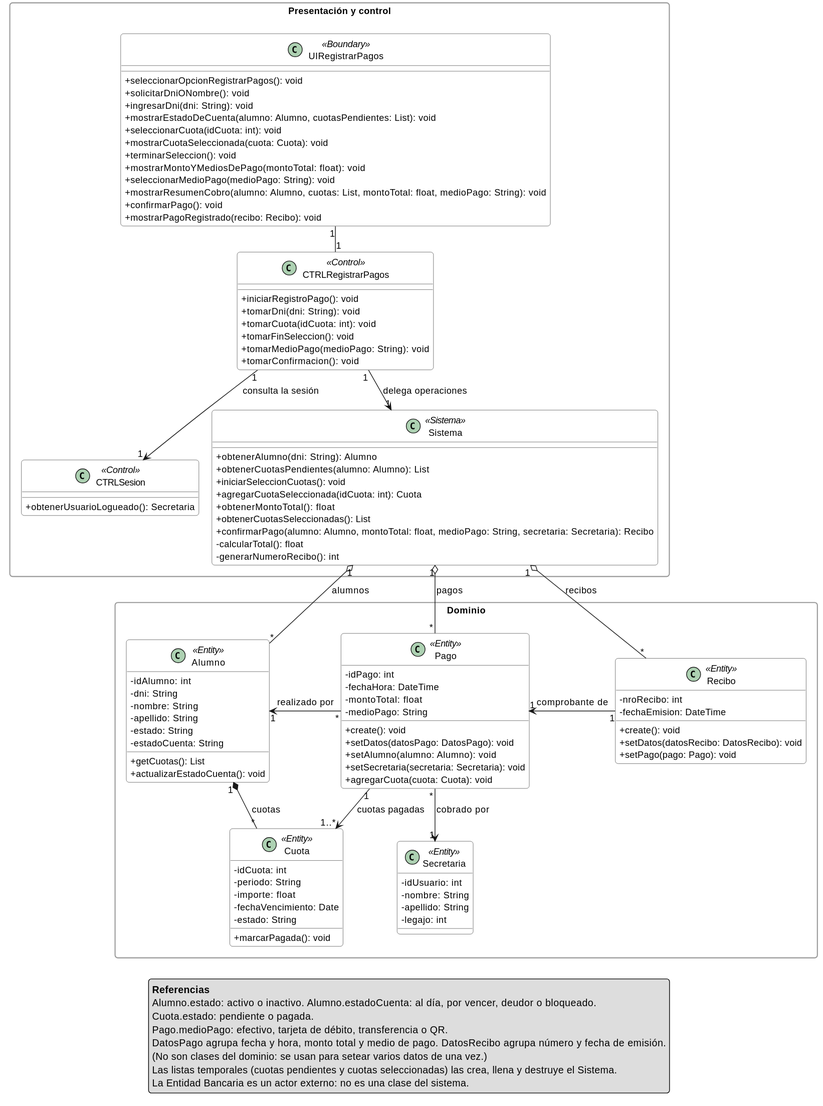
Earlier version of the PlantUML export tpi2/02-realizacion-cu/2_clases_registrar_pagos.svg (sandobaitt/TpDiseno).
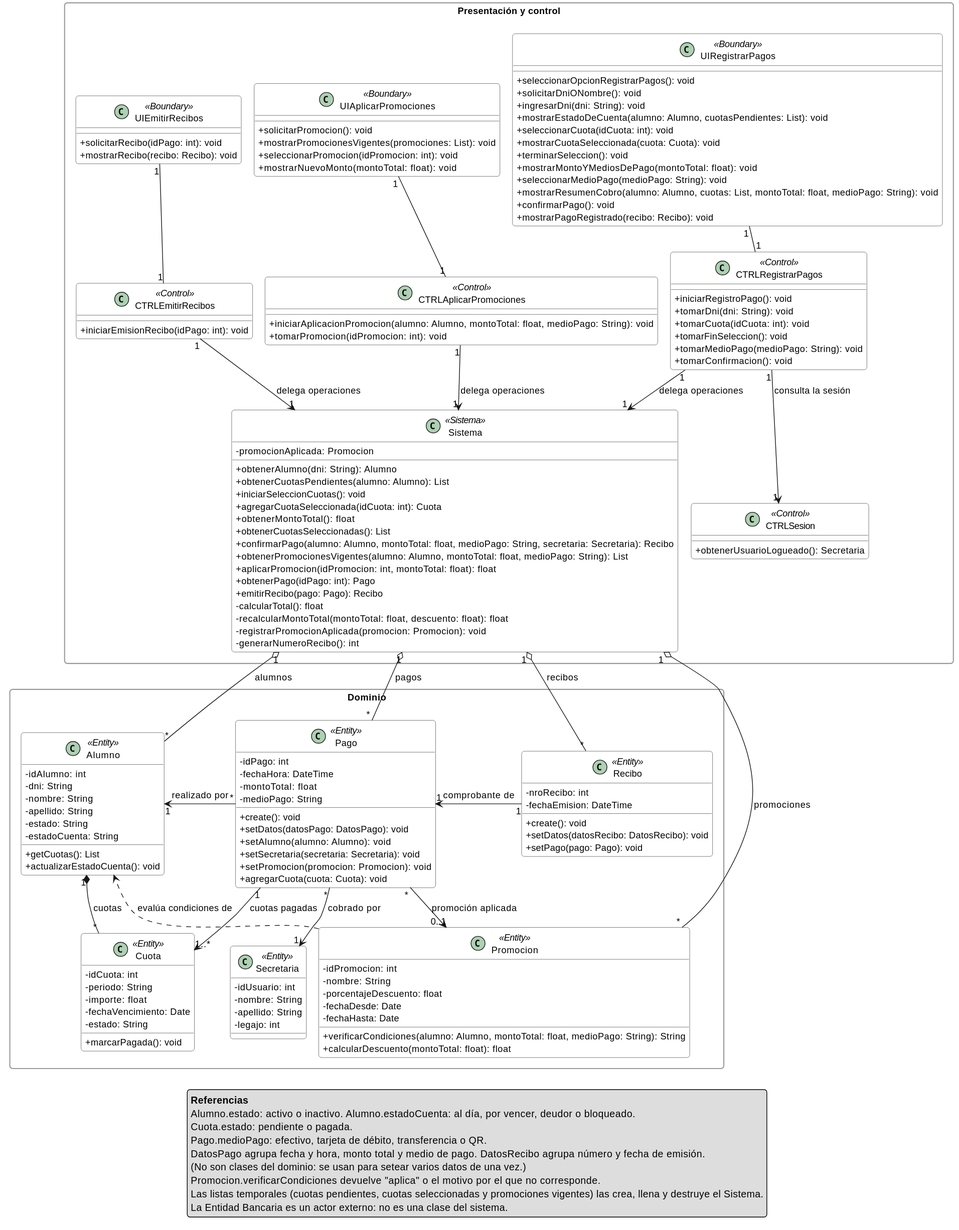
After the commit.

What changed in the source:
```diff
@@ -39,11 +39,33 @@
         + tomarConfirmacion(): void
     }
 
+    class UIAplicarPromociones <<Boundary>> {
+        + solicitarPromocion(): void
+        + mostrarPromocionesVigentes(promociones: List): void
+        + seleccionarPromocion(idPromocion: int): void
+        + mostrarNuevoMonto(montoTotal: float): void
+    }
+
+    class CTRLAplicarPromociones <<Control>> {
+        + iniciarAplicacionPromocion(alumno: Alumno, montoTotal: float, medioPago: String): void
+        + tomarPromocion(idPromocion: int): void
+    }
+
+    class UIEmitirRecibos <<Boundary>> {
+        + solicitarRecibo(idPago: int): void
+        + mostrarRecibo(recibo: Recibo): void
+    }
+
+    class CTRLEmitirRecibos <<Control>> {
+        + iniciarEmisionRecibo(idPago: int): void
+    }
+
     class CTRLSesion <<Control>> {
         + obtenerUsuarioLogueado(): Secretaria
     }
 
     class Sistema <<Sistema>> {
+        - promocionAplicada: Promocion
         + obtenerAlumno(dni: String): Alumno
         + obtenerCuotasPendientes(alumno: Alumno): List
         + iniciarSeleccionCuotas(): void
@@ -51,7 +73,13 @@
         + obtenerMontoTotal(): float
         + obtenerCuotasSeleccionadas(): List
         + confirmarPago(alumno: Alumno, montoTotal: float, medioPago: String, secretaria: Secretaria): Recibo
+        + obtenerPromocionesVigentes(alumno: Alumno, montoTotal: float, medioPago: String): List
+        + aplicarPromocion(idPromocion: int, montoTotal: float): float
+        + obtenerPago(idPago: int): Pago
+        + emitirRecibo(pago: Pago): Recibo
         - calcularTotal(): float
+        - recalcularMontoTotal(montoTotal: float, descuento: float): float
+        - registrarPromocionAplicada(promocion: Promocion): void
         - generarNumeroRecibo(): int
     }
 }
@@ -87,6 +115,7 @@
         + setDatos(datosPago: DatosPago): void
         + setAlumno(alumno: Alumno): void
         + setSecretaria(secretaria: Secretaria): void
+        + setPromocion(promocion: Promocion): void
         + agregarCuota(cuota: Cuota): void
     }
 
@@ -96,6 +125,16 @@
         + create(): void
         + setDatos(datosRecibo: DatosRecibo): void
         + setPago(pago: Pago): void
+    }
+
+    class Promocion <<Entity>> {
+        - idPromocion: int
+        - nombre: String
+        - porcentajeDescuento: float
+        - fechaDesde: Date
+        - fechaHasta: Date
+        + verificarCondiciones(alumno: Alumno, montoTotal: float, medioPago: String): String
+        + calcularDescuento(montoTotal: float): float
     }
 
     class Secretaria <<Entity>> {
@@ -110,16 +149,23 @@
 UIRegistrarPagos "1" -- "1" CTRLRegistrarPagos
 CTRLRegistrarPagos "1" --> "1" CTRLSesion : consulta la sesión
 CTRLRegistrarPagos "1" --> "1" Sistema : delega operaciones
+UIAplicarPromociones "1" -- "1" CTRLAplicarPromociones
+CTRLAplicarPromociones "1" --> "1" Sistema : delega operaciones
+UIEmitirRecibos "1" -- "1" CTRLEmitirRecibos
+CTRLEmitirRecibos "1" --> "1" Sistema : delega operaciones
 
 Sistema "1" o-- "*" Alumno : alumnos
 Sistema "1" o-- "*" Pago : pagos
 Sistema "1" o-- "*" Recibo : recibos
+Sistema "1" o-- "*" Promocion : promociones
 
 Pago "*" -left-> "1" Alumno : realizado por
 Recibo "1" -left-> "1" Pago : comprobante de
 Alumno "1" *-down- "*" Cuota : cuotas
 Pago "1" -down-> "1..*" Cuota : cuotas pagadas
 Pago "*" -down-> "1" Secretaria : cobrado por
+Pago "*" -down-> "0..1" Promocion : promoción aplicada
+Promocion ..> Alumno : evalúa condiciones de
 
 legend bottom
   **Referencias**
@@ -128,7 +174,8 @@
   Pago.medioPago: efectivo, tarjeta de débito, transferencia o QR.
   DatosPago agrupa fecha y hora, monto total y medio de pago. DatosRecibo agrupa número y fecha de emisión.
   (No son clases del dominio: se usan para setear varios datos de una vez.)
-  Las listas temporales (cuotas pendientes y cuotas seleccionadas) las crea, llena y destruye el Sistema.
+  Promocion.verificarCondiciones devuelve "aplica" o el motivo por el que no corresponde.
+  Las listas temporales (cuotas pendientes, cuotas seleccionadas y promociones vigentes) las crea, llena y destruye el Sistema.
   La Entidad Bancaria es un actor externo: no es una clase del sistema.
 endlegend
 @enduml
```
